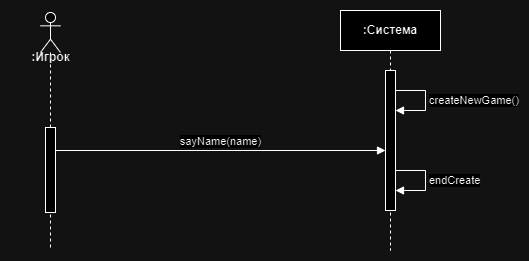
Above: images/lab3.p3.png in Katya-tch/RTIPPO (draw.io), before the change. Source tidied: cells renumbered, new cells last; positions are measured from the earlier drawing's top-left corner, leaving out a move shared by most shapes.
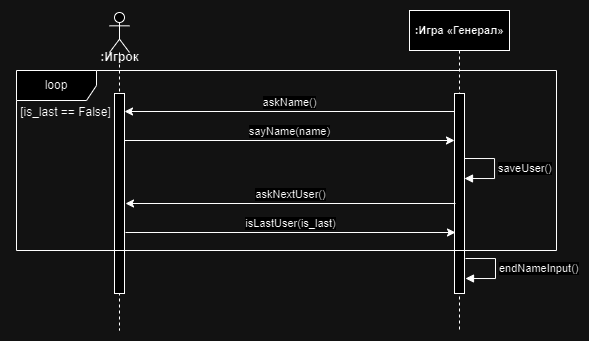
Above is the later version.

Change to the diagram source:
```diff
@@ -3,45 +3,69 @@
     <mxCell id="0" />
     <mxCell id="1" parent="0" />
     <mxCell id="2" value="&lt;div&gt;&lt;br&gt;&lt;/div&gt;" style="shape=umlLifeline;perimeter=lifelinePerimeter;whiteSpace=wrap;html=1;newEdgeStyle={&quot;curved&quot;:0,&quot;rounded&quot;:0};participant=umlActor;" parent="1" vertex="1">
-      <mxGeometry x="30" y="2" width="20" height="238" as="geometry" />
+      <mxGeometry x="30" y="2" width="20" height="318" as="geometry" />
     </mxCell>
     <mxCell id="3" style="html=1;perimeter=orthogonalPerimeter;targetShapes=umlLifeline;newEdgeStyle={&quot;curved&quot;:0,&quot;rounded&quot;:0};" parent="2" vertex="1">
-      <mxGeometry x="5" y="115" width="10" height="85" as="geometry" />
+      <mxGeometry x="5" y="81" width="10" height="200" as="geometry" />
     </mxCell>
-    <mxCell id="4" value=":Система" style="shape=umlLifeline;perimeter=lifelinePerimeter;whiteSpace=wrap;html=1;newEdgeStyle={&quot;curved&quot;:0,&quot;rounded&quot;:0};fontStyle=1;" parent="1" vertex="1">
-      <mxGeometry x="330" width="100" height="240" as="geometry" />
+    <mxCell id="4" value="&lt;span style=&quot;font-size: 11px;&quot;&gt;:Игра&amp;nbsp;«Генерал»&lt;/span&gt;" style="shape=umlLifeline;perimeter=lifelinePerimeter;whiteSpace=wrap;html=1;newEdgeStyle={&quot;curved&quot;:0,&quot;rounded&quot;:0};fontStyle=1;" parent="1" vertex="1">
+      <mxGeometry x="330" width="100" height="320" as="geometry" />
     </mxCell>
     <mxCell id="5" style="html=1;perimeter=orthogonalPerimeter;targetShapes=umlLifeline;newEdgeStyle={&quot;curved&quot;:0,&quot;rounded&quot;:0};" parent="4" vertex="1">
-      <mxGeometry x="45" y="60" width="10" height="140" as="geometry" />
+      <mxGeometry x="45" y="83" width="10" height="200" as="geometry" />
     </mxCell>
-    <mxCell id="6" value="sayName(name)" style="html=1;verticalAlign=bottom;endArrow=block;curved=0;rounded=0;" parent="1" edge="1">
+    <mxCell id="6" value="askName()" style="html=1;verticalAlign=bottom;endArrow=none;curved=0;rounded=0;endFill=0;startArrow=classic;startFill=1;" parent="1" edge="1">
       <mxGeometry relative="1" as="geometry">
-        <mxPoint x="45" y="140" as="sourcePoint" />
-        <mxPoint x="375" y="140" as="targetPoint" />
+        <mxPoint x="45" y="101" as="sourcePoint" />
+        <mxPoint x="375" y="101" as="targetPoint" />
       </mxGeometry>
     </mxCell>
     <mxCell id="7" value=":Игрок" style="text;align=center;fontStyle=1;verticalAlign=middle;spacingLeft=3;spacingRight=3;strokeColor=none;html=1;" parent="1" vertex="1">
       <mxGeometry y="34" width="80" height="26" as="geometry" />
     </mxCell>
-    <mxCell id="8" value="createNewGame()" style="html=1;align=left;spacingLeft=2;endArrow=block;rounded=0;edgeStyle=orthogonalEdgeStyle;curved=0;rounded=0;" parent="1" edge="1">
-      <mxGeometry relative="1" as="geometry">
-        <mxPoint x="385" y="80" as="sourcePoint" />
-        <mxPoint x="385" y="100" as="targetPoint" />
-        <Array as="points">
-          <mxPoint x="415" y="80" />
-          <mxPoint x="415" y="100" />
-        </Array>
-      </mxGeometry>
-    </mxCell>
-    <mxCell id="9" value="endCreate" style="html=1;align=left;spacingLeft=2;endArrow=block;rounded=0;edgeStyle=orthogonalEdgeStyle;curved=0;rounded=0;" parent="1" edge="1">
+    <mxCell id="9" value="saveUser()" style="html=1;align=left;spacingLeft=2;endArrow=block;rounded=0;edgeStyle=orthogonalEdgeStyle;curved=0;rounded=0;" parent="1" edge="1">
       <mxGeometry relative="1" as="geometry">
-        <mxPoint x="385" y="160" as="sourcePoint" />
-        <mxPoint x="385" y="180" as="targetPoint" />
+        <mxPoint x="385" y="148" as="sourcePoint" />
+        <mxPoint x="385" y="168" as="targetPoint" />
         <Array as="points">
-          <mxPoint x="415" y="160" />
-          <mxPoint x="415" y="180" />
+          <mxPoint x="415" y="148" />
+          <mxPoint x="415" y="168" />
         </Array>
       </mxGeometry>
     </mxCell>
+    <mxCell id="10" value="sayName(name)" style="html=1;verticalAlign=bottom;endArrow=classic;curved=0;rounded=0;endFill=1;startArrow=none;startFill=0;" parent="1" edge="1">
+      <mxGeometry relative="1" as="geometry">
+        <mxPoint x="45" y="130" as="sourcePoint" />
+        <mxPoint x="375" y="130" as="targetPoint" />
+      </mxGeometry>
+    </mxCell>
+    <mxCell id="11" value="askNextUser()" style="html=1;verticalAlign=bottom;endArrow=none;curved=0;rounded=0;endFill=0;startArrow=classic;startFill=1;" parent="1" edge="1">
+      <mxGeometry relative="1" as="geometry">
+        <mxPoint x="46" y="193" as="sourcePoint" />
+        <mxPoint x="376" y="193" as="targetPoint" />
+      </mxGeometry>
+    </mxCell>
+    <mxCell id="12" value="isLastUser(is_last)" style="html=1;verticalAlign=bottom;endArrow=classic;curved=0;rounded=0;endFill=1;startArrow=none;startFill=0;" parent="1" edge="1">
+      <mxGeometry relative="1" as="geometry">
+        <mxPoint x="46" y="222" as="sourcePoint" />
+        <mxPoint x="376" y="222" as="targetPoint" />
+      </mxGeometry>
+    </mxCell>
+    <mxCell id="13" value="endNameInput()" style="html=1;align=left;spacingLeft=2;endArrow=block;rounded=0;edgeStyle=orthogonalEdgeStyle;curved=0;rounded=0;" parent="1" edge="1">
+      <mxGeometry relative="1" as="geometry">
+        <mxPoint x="386" y="248" as="sourcePoint" />
+        <mxPoint x="386" y="268" as="targetPoint" />
+        <Array as="points">
+          <mxPoint x="416" y="248" />
+          <mxPoint x="416" y="268" />
+        </Array>
+      </mxGeometry>
+    </mxCell>
+    <mxCell id="14" value="loop" style="shape=umlFrame;whiteSpace=wrap;html=1;width=80;height=30;" parent="1" vertex="1">
+      <mxGeometry x="-63" y="60" width="540" height="180" as="geometry" />
+    </mxCell>
+    <mxCell id="15" value="[is_last == False]" style="text;html=1;align=center;verticalAlign=middle;strokeColor=none;fillColor=none;" parent="1" vertex="1">
+      <mxGeometry x="-69" y="87" width="110" height="30" as="geometry" />
+    </mxCell>
   </root>
 </mxGraphModel>
```
